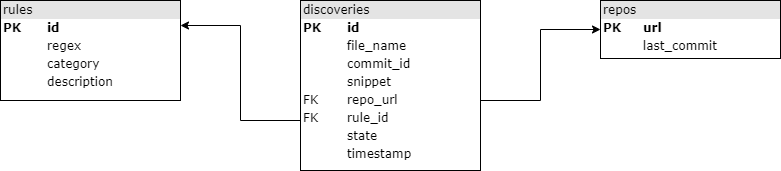
The draw.io diagram github_assets/database.png in SAP/credential-digger, before a commit. Source tidied: cells renumbered, new cells last; positions are measured from the earlier drawing's top-left corner, leaving out a move shared by most shapes.
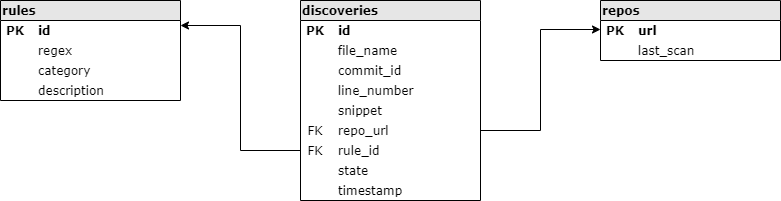
The same file after the commit.

Commit message:
Update database schema asset for wiki

The edit, as a diff of the source:
```diff
@@ -2,32 +2,166 @@
   <root>
     <mxCell id="0" />
     <mxCell id="1" parent="0" />
-    <mxCell id="2" value="&lt;div style=&quot;box-sizing: border-box ; width: 100% ; background: #e4e4e4 ; padding: 2px&quot;&gt;repos&lt;/div&gt;&lt;table style=&quot;width: 100% ; font-size: 1em&quot; cellspacing=&quot;0&quot; cellpadding=&quot;2&quot;&gt;&lt;tbody&gt;&lt;tr&gt;&lt;td&gt;&lt;b&gt;PK&lt;/b&gt;&lt;/td&gt;&lt;td&gt;&lt;b&gt;url&lt;/b&gt;&lt;/td&gt;&lt;/tr&gt;&lt;tr&gt;&lt;td&gt;&lt;br&gt;&lt;/td&gt;&lt;td&gt;last_commit&lt;/td&gt;&lt;/tr&gt;&lt;tr&gt;&lt;td&gt;&lt;br&gt;&lt;/td&gt;&lt;td&gt;&lt;br&gt;&lt;/td&gt;&lt;/tr&gt;&lt;tr&gt;&lt;td&gt;&lt;br&gt;&lt;/td&gt;&lt;td&gt;&lt;br&gt;&lt;/td&gt;&lt;/tr&gt;&lt;tr&gt;&lt;td&gt;&lt;br&gt;&lt;/td&gt;&lt;td&gt;&lt;br&gt;&lt;/td&gt;&lt;/tr&gt;&lt;tr&gt;&lt;td&gt;&lt;br&gt;&lt;/td&gt;&lt;td&gt;&lt;br&gt;&lt;/td&gt;&lt;/tr&gt;&lt;/tbody&gt;&lt;/table&gt;" style="verticalAlign=top;align=left;overflow=fill;html=1;rounded=0;shadow=0;comic=0;labelBackgroundColor=none;strokeColor=#000000;strokeWidth=1;fillColor=#ffffff;fontFamily=Verdana;fontSize=12;fontColor=#000000;" parent="1" vertex="1">
-      <mxGeometry x="600" width="180" height="58" as="geometry" />
-    </mxCell>
-    <mxCell id="3" value="&lt;div style=&quot;box-sizing: border-box ; width: 100% ; background: #e4e4e4 ; padding: 2px&quot;&gt;rules&lt;br&gt;&lt;/div&gt;&lt;table style=&quot;width: 100% ; font-size: 1em&quot; cellspacing=&quot;0&quot; cellpadding=&quot;2&quot;&gt;&lt;tbody&gt;&lt;tr&gt;&lt;td&gt;&lt;b&gt;PK&lt;/b&gt;&lt;/td&gt;&lt;td&gt;&lt;b&gt;id&lt;/b&gt;&lt;/td&gt;&lt;/tr&gt;&lt;tr&gt;&lt;td&gt;&lt;br&gt;&lt;/td&gt;&lt;td&gt;regex&lt;/td&gt;&lt;/tr&gt;&lt;tr&gt;&lt;td&gt;&lt;br&gt;&lt;/td&gt;&lt;td&gt;category&lt;br&gt;&lt;/td&gt;&lt;/tr&gt;&lt;tr&gt;&lt;td&gt;&lt;br&gt;&lt;/td&gt;&lt;td&gt;description&lt;br&gt;&lt;/td&gt;&lt;/tr&gt;&lt;/tbody&gt;&lt;/table&gt;" style="verticalAlign=top;align=left;overflow=fill;html=1;rounded=0;shadow=0;comic=0;labelBackgroundColor=none;strokeColor=#000000;strokeWidth=1;fillColor=#ffffff;fontFamily=Verdana;fontSize=12;fontColor=#000000;" parent="1" vertex="1">
-      <mxGeometry width="180" height="100" as="geometry" />
-    </mxCell>
-    <mxCell id="4" style="edgeStyle=orthogonalEdgeStyle;rounded=0;jettySize=auto;html=1;exitX=0;exitY=0.75;exitDx=0;exitDy=0;entryX=1;entryY=0.25;entryDx=0;entryDy=0;" parent="1" edge="1" source="6" target="3">
-      <mxGeometry relative="1" as="geometry">
-        <Array as="points">
-          <mxPoint x="300" y="120" />
-          <mxPoint x="240" y="120" />
-          <mxPoint x="240" y="25" />
-        </Array>
-      </mxGeometry>
-    </mxCell>
-    <mxCell id="5" style="edgeStyle=orthogonalEdgeStyle;rounded=0;jettySize=auto;html=1;exitX=1;exitY=0.75;exitDx=0;exitDy=0;entryX=0;entryY=0.5;entryDx=0;entryDy=0;" parent="1" edge="1" source="6" target="2">
-      <mxGeometry relative="1" as="geometry">
-        <Array as="points">
-          <mxPoint x="480" y="100" />
-          <mxPoint x="540" y="100" />
-          <mxPoint x="540" y="29" />
-        </Array>
-      </mxGeometry>
-    </mxCell>
-    <mxCell id="6" value="&lt;div style=&quot;box-sizing: border-box ; width: 100% ; background: #e4e4e4 ; padding: 2px&quot;&gt;discoveries&lt;br&gt;&lt;/div&gt;&lt;table style=&quot;width: 100% ; font-size: 1em&quot; cellspacing=&quot;0&quot; cellpadding=&quot;2&quot;&gt;&lt;tbody&gt;&lt;tr&gt;&lt;td&gt;&lt;b&gt;PK&lt;/b&gt;&lt;/td&gt;&lt;td&gt;&lt;b&gt;id&lt;/b&gt;&lt;/td&gt;&lt;/tr&gt;&lt;tr&gt;&lt;td&gt;&lt;br&gt;&lt;/td&gt;&lt;td&gt;file_name&lt;/td&gt;&lt;/tr&gt;&lt;tr&gt;&lt;td&gt;&lt;br&gt;&lt;/td&gt;&lt;td&gt;commit_id&lt;br&gt;&lt;/td&gt;&lt;/tr&gt;&lt;tr&gt;&lt;td&gt;&lt;br&gt;&lt;/td&gt;&lt;td&gt;snippet&lt;br&gt;&lt;/td&gt;&lt;/tr&gt;&lt;tr&gt;&lt;td&gt;FK&lt;br&gt;&lt;/td&gt;&lt;td&gt;repo_url&lt;br&gt;&lt;/td&gt;&lt;/tr&gt;&lt;tr&gt;&lt;td&gt;FK&lt;br&gt;&lt;/td&gt;&lt;td&gt;rule_id&lt;br&gt;&lt;/td&gt;&lt;/tr&gt;&lt;tr&gt;&lt;td&gt;&lt;br&gt;&lt;/td&gt;&lt;td&gt;state&lt;br&gt;&lt;/td&gt;&lt;/tr&gt;&lt;tr&gt;&lt;td&gt;&lt;br&gt;&lt;/td&gt;&lt;td&gt;timestamp&lt;br&gt;&lt;/td&gt;&lt;/tr&gt;&lt;/tbody&gt;&lt;/table&gt;" style="verticalAlign=top;align=left;overflow=fill;html=1;rounded=0;shadow=0;comic=0;labelBackgroundColor=none;strokeColor=#000000;strokeWidth=1;fillColor=#ffffff;fontFamily=Verdana;fontSize=12;fontColor=#000000;" parent="1" vertex="1">
-      <mxGeometry x="300" width="180" height="170" as="geometry" />
-    </mxCell>
+    <mxCell id="7" value="repos" style="shape=table;startSize=20;rowLines=0;fontStyle=1;align=left;shadow=0;glass=0;comic=0;strokeWidth=1;fillColor=#E6E6E6;swimlaneFillColor=#ffffff;horizontal=1;columnLines=0;noLabel=0;fixDash=0;perimeter=rectanglePerimeter;fontFamily=Verdana;" parent="1" vertex="1">
+      <mxGeometry x="600" width="180" height="60" as="geometry" />
+    </mxCell>
+    <mxCell id="8" style="shape=partialRectangle;fillColor=none;top=0;left=0;bottom=1;right=0;points=[[0,0.5],[1,0.5]];portConstraint=eastwest;strokeColor=none;fontFamily=Verdana;" parent="7" vertex="1">
+      <mxGeometry y="20" width="180" height="20" as="geometry" />
+    </mxCell>
+    <mxCell id="9" value="PK" style="shape=partialRectangle;fillColor=none;top=0;left=0;bottom=0;right=0;fontStyle=1;overflow=hidden;fontFamily=Verdana;" parent="8" vertex="1">
+      <mxGeometry width="30" height="20" as="geometry" />
+    </mxCell>
+    <mxCell id="10" value="url" style="shape=partialRectangle;fillColor=none;top=0;left=0;bottom=0;right=0;align=left;spacingLeft=6;fontStyle=1;overflow=hidden;html=1;fontFamily=Verdana;" parent="8" vertex="1">
+      <mxGeometry x="30" width="150" height="20" as="geometry" />
+    </mxCell>
+    <mxCell id="11" style="shape=partialRectangle;fillColor=none;top=0;left=0;bottom=0;right=0;fontFamily=Verdana;" parent="7" vertex="1">
+      <mxGeometry y="40" width="180" height="20" as="geometry" />
+    </mxCell>
+    <mxCell id="12" style="shape=partialRectangle;fillColor=none;top=0;left=0;bottom=0;right=0;overflow=hidden;fontFamily=Verdana;" parent="11" vertex="1">
+      <mxGeometry width="30" height="20" as="geometry" />
+    </mxCell>
+    <mxCell id="13" value="last_scan" style="shape=partialRectangle;fillColor=none;top=0;left=0;bottom=0;right=0;align=left;spacingLeft=6;overflow=hidden;fontFamily=Verdana;" parent="11" vertex="1">
+      <mxGeometry x="30" width="150" height="20" as="geometry" />
+    </mxCell>
+    <mxCell id="14" value="discoveries" style="shape=table;startSize=20;rowLines=0;fontStyle=1;align=left;shadow=0;glass=0;comic=0;strokeWidth=1;fillColor=#E6E6E6;swimlaneFillColor=#ffffff;horizontal=1;columnLines=0;noLabel=0;fixDash=0;perimeter=rectanglePerimeter;fontFamily=Verdana;" parent="1" vertex="1">
+      <mxGeometry x="300" width="180" height="200" as="geometry" />
+    </mxCell>
+    <mxCell id="15" style="shape=partialRectangle;fillColor=none;top=0;left=0;bottom=1;right=0;strokeColor=none;fontFamily=Verdana;" parent="14" vertex="1">
+      <mxGeometry y="20" width="180" height="20" as="geometry" />
+    </mxCell>
+    <mxCell id="16" value="PK" style="shape=partialRectangle;fillColor=none;top=0;left=0;bottom=0;right=0;fontStyle=1;overflow=hidden;fontFamily=Verdana;" parent="15" vertex="1">
+      <mxGeometry width="30" height="20" as="geometry" />
+    </mxCell>
+    <mxCell id="17" value="id" style="shape=partialRectangle;fillColor=none;top=0;left=0;bottom=0;right=0;align=left;spacingLeft=6;fontStyle=1;overflow=hidden;html=1;fontFamily=Verdana;" parent="15" vertex="1">
+      <mxGeometry x="30" width="150" height="20" as="geometry" />
+    </mxCell>
+    <mxCell id="18" style="shape=partialRectangle;fillColor=none;top=0;left=0;bottom=0;right=0;fontFamily=Verdana;" parent="14" vertex="1">
+      <mxGeometry y="40" width="180" height="20" as="geometry" />
+    </mxCell>
+    <mxCell id="19" style="shape=partialRectangle;fillColor=none;top=0;left=0;bottom=0;right=0;overflow=hidden;fontFamily=Verdana;" parent="18" vertex="1">
+      <mxGeometry width="30" height="20" as="geometry" />
+    </mxCell>
+    <mxCell id="20" value="file_name" style="shape=partialRectangle;fillColor=none;top=0;left=0;bottom=0;right=0;align=left;spacingLeft=6;overflow=hidden;fontFamily=Verdana;" parent="18" vertex="1">
+      <mxGeometry x="30" width="150" height="20" as="geometry" />
+    </mxCell>
+    <mxCell id="21" style="shape=partialRectangle;fillColor=none;top=0;left=0;bottom=0;right=0;fontFamily=Verdana;" parent="14" vertex="1">
+      <mxGeometry y="60" width="180" height="20" as="geometry" />
+    </mxCell>
+    <mxCell id="22" style="shape=partialRectangle;fillColor=none;top=0;left=0;bottom=0;right=0;overflow=hidden;fontFamily=Verdana;" parent="21" vertex="1">
+      <mxGeometry width="30" height="20" as="geometry" />
+    </mxCell>
+    <mxCell id="23" value="commit_id" style="shape=partialRectangle;fillColor=none;top=0;left=0;bottom=0;right=0;align=left;spacingLeft=6;overflow=hidden;fontFamily=Verdana;" parent="21" vertex="1">
+      <mxGeometry x="30" width="150" height="20" as="geometry" />
+    </mxCell>
+    <mxCell id="24" style="shape=partialRectangle;fillColor=none;top=0;left=0;bottom=0;right=0;fontFamily=Verdana;" parent="14" vertex="1">
+      <mxGeometry y="80" width="180" height="20" as="geometry" />
+    </mxCell>
+    <mxCell id="25" style="shape=partialRectangle;fillColor=none;top=0;left=0;bottom=0;right=0;overflow=hidden;fontFamily=Verdana;" parent="24" vertex="1">
+      <mxGeometry width="30" height="20" as="geometry" />
+    </mxCell>
+    <mxCell id="26" value="line_number" style="shape=partialRectangle;fillColor=none;top=0;left=0;bottom=0;right=0;align=left;spacingLeft=6;overflow=hidden;fontFamily=Verdana;" parent="24" vertex="1">
+      <mxGeometry x="30" width="150" height="20" as="geometry" />
+    </mxCell>
+    <mxCell id="27" style="shape=partialRectangle;fillColor=none;top=0;left=0;bottom=0;right=0;fontFamily=Verdana;" parent="14" vertex="1">
+      <mxGeometry y="100" width="180" height="20" as="geometry" />
+    </mxCell>
+    <mxCell id="28" style="shape=partialRectangle;fillColor=none;top=0;left=0;bottom=0;right=0;overflow=hidden;fontFamily=Verdana;" parent="27" vertex="1">
+      <mxGeometry width="30" height="20" as="geometry" />
+    </mxCell>
+    <mxCell id="29" value="snippet" style="shape=partialRectangle;fillColor=none;top=0;left=0;bottom=0;right=0;align=left;spacingLeft=6;overflow=hidden;fontFamily=Verdana;" parent="27" vertex="1">
+      <mxGeometry x="30" width="150" height="20" as="geometry" />
+    </mxCell>
+    <mxCell id="30" style="shape=partialRectangle;fillColor=none;top=0;left=0;bottom=0;right=0;points=[[0,0.5],[1,0.5]];portConstraint=eastwest;fontFamily=Verdana;" parent="14" vertex="1">
+      <mxGeometry y="120" width="180" height="20" as="geometry" />
+    </mxCell>
+    <mxCell id="31" value="FK" style="shape=partialRectangle;fillColor=none;top=0;left=0;bottom=0;right=0;overflow=hidden;fontFamily=Verdana;" parent="30" vertex="1">
+      <mxGeometry width="30" height="20" as="geometry" />
+    </mxCell>
+    <mxCell id="32" value="repo_url" style="shape=partialRectangle;fillColor=none;top=0;left=0;bottom=0;right=0;align=left;spacingLeft=6;overflow=hidden;fontFamily=Verdana;" parent="30" vertex="1">
+      <mxGeometry x="30" width="150" height="20" as="geometry" />
+    </mxCell>
+    <mxCell id="33" style="shape=partialRectangle;fillColor=none;top=0;left=0;bottom=0;right=0;points=[[0,0.5],[1,0.5]];portConstraint=eastwest;fontFamily=Verdana;" parent="14" vertex="1">
+      <mxGeometry y="140" width="180" height="20" as="geometry" />
+    </mxCell>
+    <mxCell id="34" value="FK" style="shape=partialRectangle;fillColor=none;top=0;left=0;bottom=0;right=0;overflow=hidden;fontFamily=Verdana;" parent="33" vertex="1">
+      <mxGeometry width="30" height="20" as="geometry" />
+    </mxCell>
+    <mxCell id="35" value="rule_id" style="shape=partialRectangle;fillColor=none;top=0;left=0;bottom=0;right=0;align=left;spacingLeft=6;overflow=hidden;fontFamily=Verdana;" parent="33" vertex="1">
+      <mxGeometry x="30" width="150" height="20" as="geometry" />
+    </mxCell>
+    <mxCell id="36" style="shape=partialRectangle;fillColor=none;top=0;left=0;bottom=0;right=0;fontFamily=Verdana;" parent="14" vertex="1">
+      <mxGeometry y="160" width="180" height="20" as="geometry" />
+    </mxCell>
+    <mxCell id="37" style="shape=partialRectangle;fillColor=none;top=0;left=0;bottom=0;right=0;overflow=hidden;fontFamily=Verdana;" parent="36" vertex="1">
+      <mxGeometry width="30" height="20" as="geometry" />
+    </mxCell>
+    <mxCell id="38" value="state" style="shape=partialRectangle;fillColor=none;top=0;left=0;bottom=0;right=0;align=left;spacingLeft=6;overflow=hidden;fontFamily=Verdana;" parent="36" vertex="1">
+      <mxGeometry x="30" width="150" height="20" as="geometry" />
+    </mxCell>
+    <mxCell id="39" style="shape=partialRectangle;fillColor=none;top=0;left=0;bottom=0;right=0;fontFamily=Verdana;" parent="14" vertex="1">
+      <mxGeometry y="180" width="180" height="20" as="geometry" />
+    </mxCell>
+    <mxCell id="40" style="shape=partialRectangle;fillColor=none;top=0;left=0;bottom=0;right=0;overflow=hidden;fontFamily=Verdana;" parent="39" vertex="1">
+      <mxGeometry width="30" height="20" as="geometry" />
+    </mxCell>
+    <mxCell id="41" value="timestamp" style="shape=partialRectangle;fillColor=none;top=0;left=0;bottom=0;right=0;align=left;spacingLeft=6;overflow=hidden;fontFamily=Verdana;" parent="39" vertex="1">
+      <mxGeometry x="30" width="150" height="20" as="geometry" />
+    </mxCell>
+    <mxCell id="42" value="rules" style="shape=table;startSize=20;rowLines=0;fontStyle=1;align=left;shadow=0;glass=0;comic=0;strokeWidth=1;fillColor=#E6E6E6;swimlaneFillColor=#ffffff;horizontal=1;columnLines=0;noLabel=0;fixDash=0;perimeter=rectanglePerimeter;fontFamily=Verdana;" parent="1" vertex="1">
+      <mxGeometry width="180" height="100" as="geometry" />
+    </mxCell>
+    <mxCell id="43" style="shape=partialRectangle;fillColor=none;top=0;left=0;bottom=1;right=0;strokeColor=none;fontFamily=Verdana;" parent="42" vertex="1">
+      <mxGeometry y="20" width="180" height="20" as="geometry" />
+    </mxCell>
+    <mxCell id="44" value="PK" style="shape=partialRectangle;fillColor=none;top=0;left=0;bottom=0;right=0;fontStyle=1;overflow=hidden;fontFamily=Verdana;" parent="43" vertex="1">
+      <mxGeometry width="30" height="20" as="geometry" />
+    </mxCell>
+    <mxCell id="45" value="id" style="shape=partialRectangle;fillColor=none;top=0;left=0;bottom=0;right=0;align=left;spacingLeft=6;fontStyle=1;overflow=hidden;html=1;fontFamily=Verdana;" parent="43" vertex="1">
+      <mxGeometry x="30" width="150" height="20" as="geometry" />
+    </mxCell>
+    <mxCell id="46" style="shape=partialRectangle;fillColor=none;top=0;left=0;bottom=0;right=0;fontFamily=Verdana;" parent="42" vertex="1">
+      <mxGeometry y="40" width="180" height="20" as="geometry" />
+    </mxCell>
+    <mxCell id="47" style="shape=partialRectangle;fillColor=none;top=0;left=0;bottom=0;right=0;overflow=hidden;fontFamily=Verdana;" parent="46" vertex="1">
+      <mxGeometry width="30" height="20" as="geometry" />
+    </mxCell>
+    <mxCell id="48" value="regex" style="shape=partialRectangle;fillColor=none;top=0;left=0;bottom=0;right=0;align=left;spacingLeft=6;overflow=hidden;fontFamily=Verdana;" parent="46" vertex="1">
+      <mxGeometry x="30" width="150" height="20" as="geometry" />
+    </mxCell>
+    <mxCell id="49" style="shape=partialRectangle;fillColor=none;top=0;left=0;bottom=0;right=0;fontFamily=Verdana;" parent="42" vertex="1">
+      <mxGeometry y="60" width="180" height="20" as="geometry" />
+    </mxCell>
+    <mxCell id="50" style="shape=partialRectangle;fillColor=none;top=0;left=0;bottom=0;right=0;overflow=hidden;fontFamily=Verdana;" parent="49" vertex="1">
+      <mxGeometry width="30" height="20" as="geometry" />
+    </mxCell>
+    <mxCell id="51" value="category" style="shape=partialRectangle;fillColor=none;top=0;left=0;bottom=0;right=0;align=left;spacingLeft=6;overflow=hidden;fontFamily=Verdana;" parent="49" vertex="1">
+      <mxGeometry x="30" width="150" height="20" as="geometry" />
+    </mxCell>
+    <mxCell id="52" style="shape=partialRectangle;fillColor=none;top=0;left=0;bottom=0;right=0;fontFamily=Verdana;" parent="42" vertex="1">
+      <mxGeometry y="80" width="180" height="20" as="geometry" />
+    </mxCell>
+    <mxCell id="53" style="shape=partialRectangle;fillColor=none;top=0;left=0;bottom=0;right=0;overflow=hidden;fontFamily=Verdana;" parent="52" vertex="1">
+      <mxGeometry width="30" height="20" as="geometry" />
+    </mxCell>
+    <mxCell id="54" value="description" style="shape=partialRectangle;fillColor=none;top=0;left=0;bottom=0;right=0;align=left;spacingLeft=6;overflow=hidden;fontFamily=Verdana;" parent="52" vertex="1">
+      <mxGeometry x="30" width="150" height="20" as="geometry" />
+    </mxCell>
+    <mxCell id="55" style="edgeStyle=orthogonalEdgeStyle;rounded=0;jettySize=auto;html=1;entryX=1;entryY=0.25;entryDx=0;entryDy=0;fontFamily=Verdana;" parent="1" edge="1" source="33">
+      <mxGeometry relative="1" as="geometry">
+        <mxPoint x="180" y="25" as="targetPoint" />
+        <Array as="points">
+          <mxPoint x="240" y="150" />
+          <mxPoint x="240" y="25" />
+        </Array>
+      </mxGeometry>
+    </mxCell>
+    <mxCell id="56" style="edgeStyle=orthogonalEdgeStyle;rounded=0;jettySize=auto;html=1;fontFamily=Verdana;exitX=1;exitY=0.5;exitDx=0;exitDy=0;" parent="1" edge="1" source="30" target="8">
+      <mxGeometry relative="1" as="geometry">
+        <Array as="points">
+          <mxPoint x="540" y="130" />
+          <mxPoint x="540" y="29" />
+        </Array>
+      </mxGeometry>
+    </mxCell>
   </root>
 </mxGraphModel>
```
